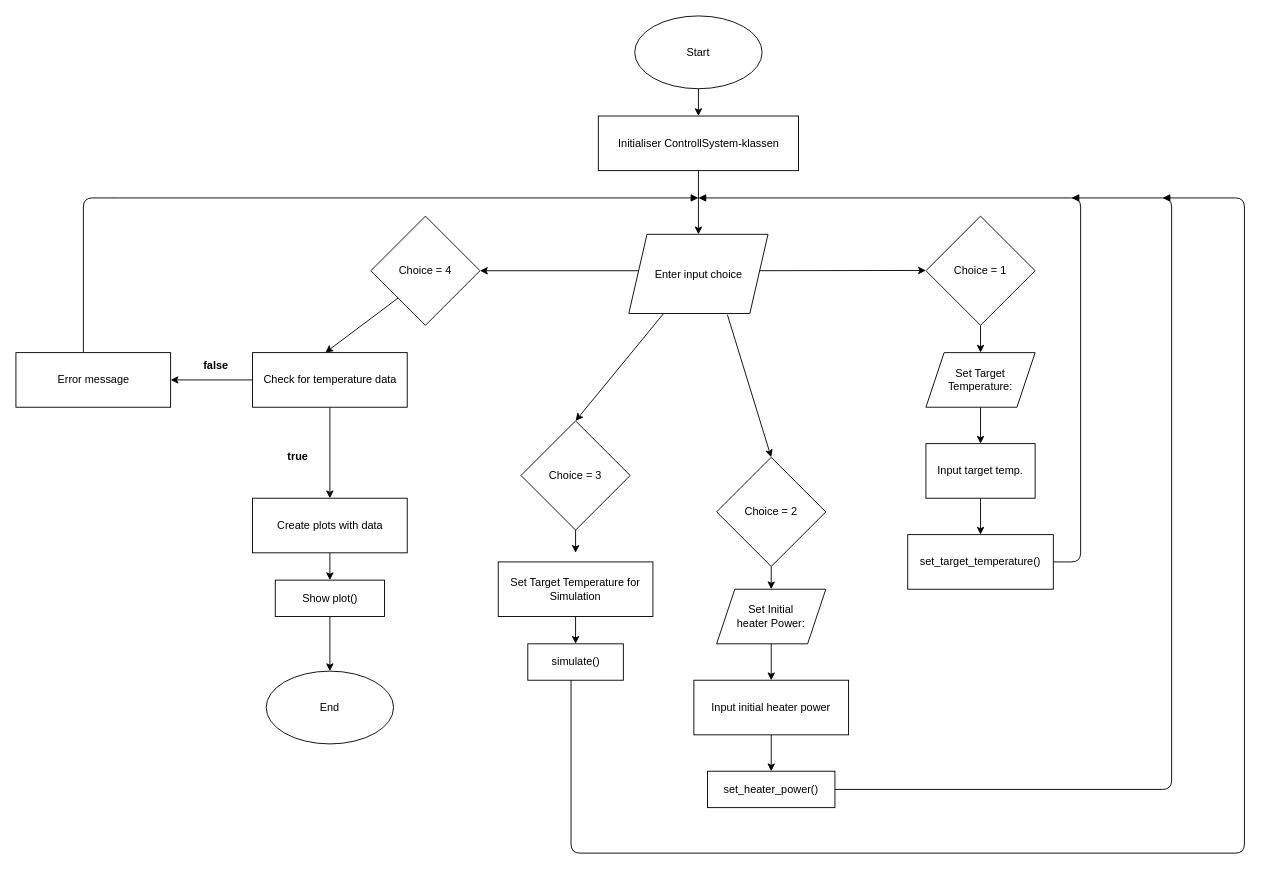
Earlier version of the draw.io diagram flowchart.drawio (EirikAarrestad/PID-regulator). Source tidied: cells renumbered, new cells numbered last; positions are measured from the earlier drawing's top-left corner, leaving out a move shared by most shapes. Both pictures are drawn from the tidied source at 91%, with x=0, y=0 at pixel (15, 15).
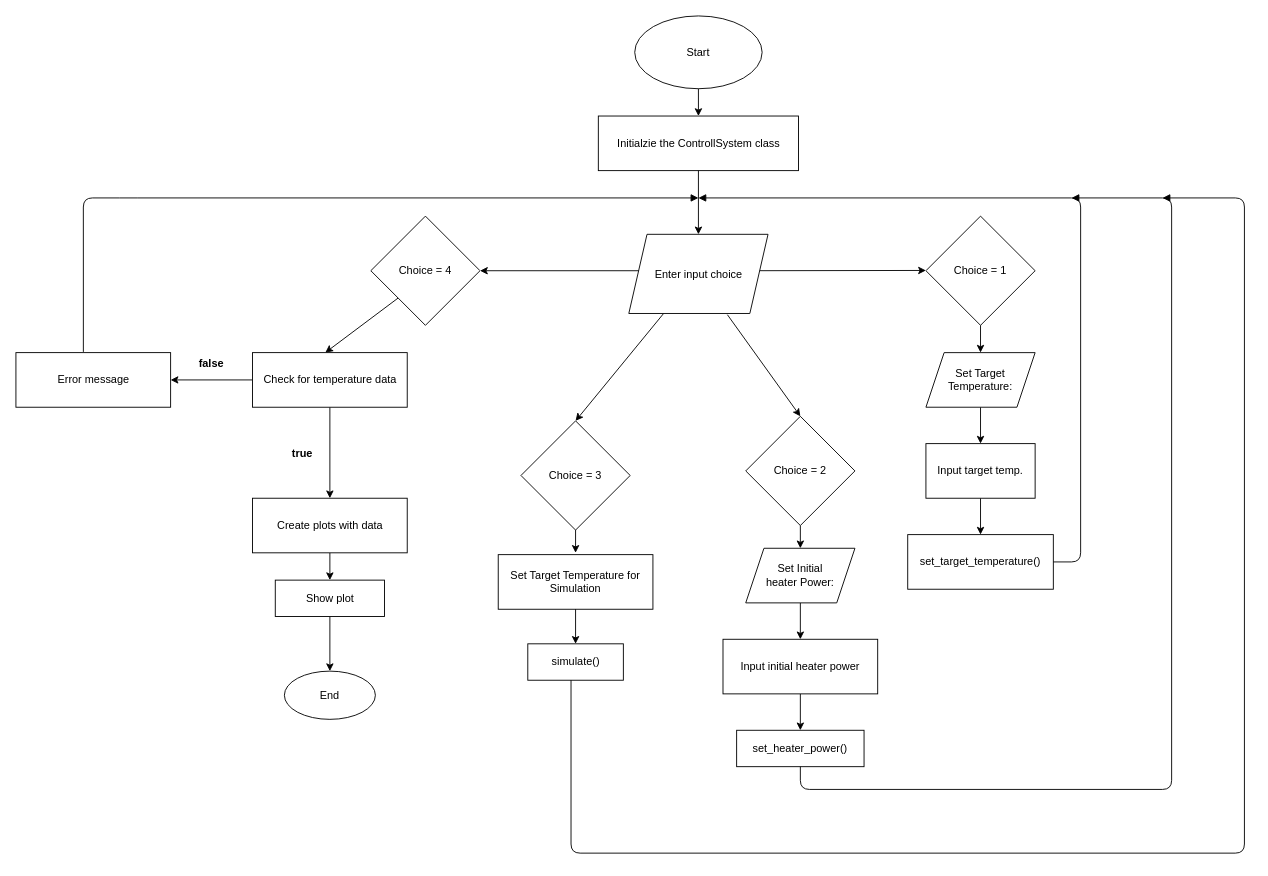
Above is the later version.

Commit message (it also covers changes not shown here):
Made changes to flowchart

Diff of the diagram source:
```diff
@@
-    <mxCell id="3" value="Initialiser ControllSystem-klassen" style="html=1;" parent="1" vertex="1">
+    <mxCell id="3" value="Initialzie the ControllSystem class" style="html=1;" parent="1" vertex="1">
       <mxGeometry x="640" y="110" width="220" height="60" as="geometry" />
     </mxCell>
@@
     <mxCell id="18" value="Choice = 2" style="rhombus;whiteSpace=wrap;html=1;" parent="1" vertex="1">
-      <mxGeometry x="770" y="485" width="120" height="120" as="geometry" />
+      <mxGeometry x="802" y="440" width="120" height="120" as="geometry" />
     </mxCell>
     <mxCell id="19" style="edgeStyle=none;html=1;" parent="1" edge="1" source="20">
       <mxGeometry relative="1" as="geometry">
-        <mxPoint x="830" y="730" as="targetPoint" />
+        <mxPoint x="862" y="685" as="targetPoint" />
       </mxGeometry>
     </mxCell>
     <mxCell id="20" value="Set Initial &lt;br&gt;heater Power:" style="shape=parallelogram;perimeter=parallelogramPerimeter;whiteSpace=wrap;html=1;fixedSize=1;" parent="1" vertex="1">
-      <mxGeometry x="770" y="630" width="120" height="60" as="geometry" />
+      <mxGeometry x="802" y="585" width="120" height="60" as="geometry" />
     </mxCell>
     <mxCell id="21" style="edgeStyle=none;html=1;" parent="1" edge="1">
       <mxGeometry relative="1" as="geometry">
-        <mxPoint x="830" y="790" as="sourcePoint" />
-        <mxPoint x="830" y="830" as="targetPoint" />
+        <mxPoint x="862" y="745" as="sourcePoint" />
+        <mxPoint x="862" y="785" as="targetPoint" />
       </mxGeometry>
     </mxCell>
     <mxCell id="22" value="set_heater_power()" style="rounded=0;whiteSpace=wrap;html=1;" parent="1" vertex="1">
-      <mxGeometry x="760" y="830" width="140" height="40" as="geometry" />
+      <mxGeometry x="792" y="785" width="140" height="40" as="geometry" />
     </mxCell>
     <mxCell id="23" style="edgeStyle=none;html=1;" parent="1" edge="1">
       <mxGeometry relative="1" as="geometry">
-        <mxPoint x="830" y="605" as="sourcePoint" />
-        <mxPoint x="830" y="630" as="targetPoint" />
+        <mxPoint x="862" y="560" as="sourcePoint" />
+        <mxPoint x="862" y="585" as="targetPoint" />
       </mxGeometry>
     </mxCell>
     <mxCell id="24" value="Input initial heater power" style="rounded=0;whiteSpace=wrap;html=1;" parent="1" vertex="1">
-      <mxGeometry x="745" y="730" width="170" height="60" as="geometry" />
+      <mxGeometry x="777" y="685" width="170" height="60" as="geometry" />
     </mxCell>
-    <mxCell id="25" style="endArrow=block;endFill=1;html=1;edgeStyle=orthogonalEdgeStyle;align=left;verticalAlign=top;exitX=1;exitY=0.5;exitDx=0;exitDy=0;" parent="1" edge="1" source="22">
+    <mxCell id="25" style="endArrow=block;endFill=1;html=1;edgeStyle=orthogonalEdgeStyle;align=left;verticalAlign=top;exitX=0.5;exitY=1;exitDx=0;exitDy=0;" parent="1" edge="1" source="22">
       <mxGeometry x="-0.95" y="-30" relative="1" as="geometry">
         <mxPoint x="1160" y="200" as="targetPoint" />
         <Array as="points">
+          <mxPoint x="862" y="850" />
           <mxPoint x="1270" y="850" />
           <mxPoint x="1270" y="200" />
         </Array>
       </mxGeometry>
     </mxCell>
@@
     <mxCell id="30" value="Set Target Temperature for Simulation" style="rounded=0;whiteSpace=wrap;html=1;" parent="1" vertex="1">
-      <mxGeometry x="530" y="600" width="170" height="60" as="geometry" />
+      <mxGeometry x="530" y="592" width="170" height="60" as="geometry" />
     </mxCell>
@@
     <mxCell id="39" value="false" style="text;align=center;fontStyle=1;verticalAlign=middle;spacingLeft=3;spacingRight=3;strokeColor=none;" parent="1" vertex="1">
-      <mxGeometry x="180" y="370" width="80" height="26" as="geometry" />
+      <mxGeometry x="175" y="368" width="80" height="26" as="geometry" />
     </mxCell>
     <mxCell id="40" value="true" style="text;align=center;fontStyle=1;verticalAlign=middle;spacingLeft=3;spacingRight=3;strokeColor=none;" parent="1" vertex="1">
-      <mxGeometry x="270" y="470" width="80" height="26" as="geometry" />
+      <mxGeometry x="275" y="467" width="80" height="26" as="geometry" />
     </mxCell>
@@
-    <mxCell id="44" value="Show plot()" style="html=1;" parent="1" vertex="1">
+    <mxCell id="44" value="Show plot" style="html=1;" parent="1" vertex="1">
       <mxGeometry x="285" y="620" width="120" height="40" as="geometry" />
     </mxCell>
     <mxCell id="45" value="End" style="ellipse;whiteSpace=wrap;html=1;" parent="1" vertex="1">
-      <mxGeometry x="275" y="720" width="140" height="80" as="geometry" />
+      <mxGeometry x="295" y="720" width="100" height="53" as="geometry" />
     </mxCell>
```
